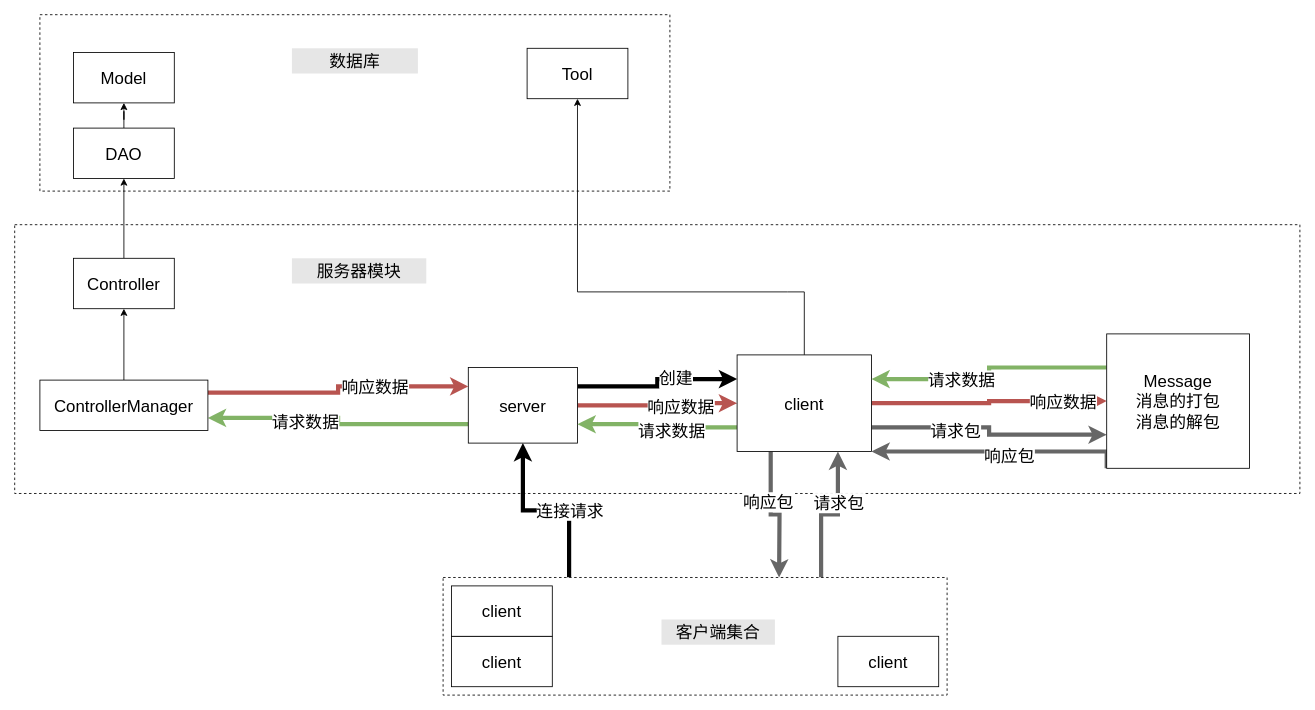
Earlier version of the draw.io diagram page "服务器端结构" (1 of 2) of FlowChart/Fireboy&WatergirlServer.drawio (Lawssen/Fireboy-WaterGirl). Source tidied: cells renumbered, new cells numbered last; positions are measured from the earlier drawing's top-left corner, leaving out a move shared by most shapes. Both pictures are drawn from the tidied source at 84%, with x=0, y=0 at pixel (14, 14).
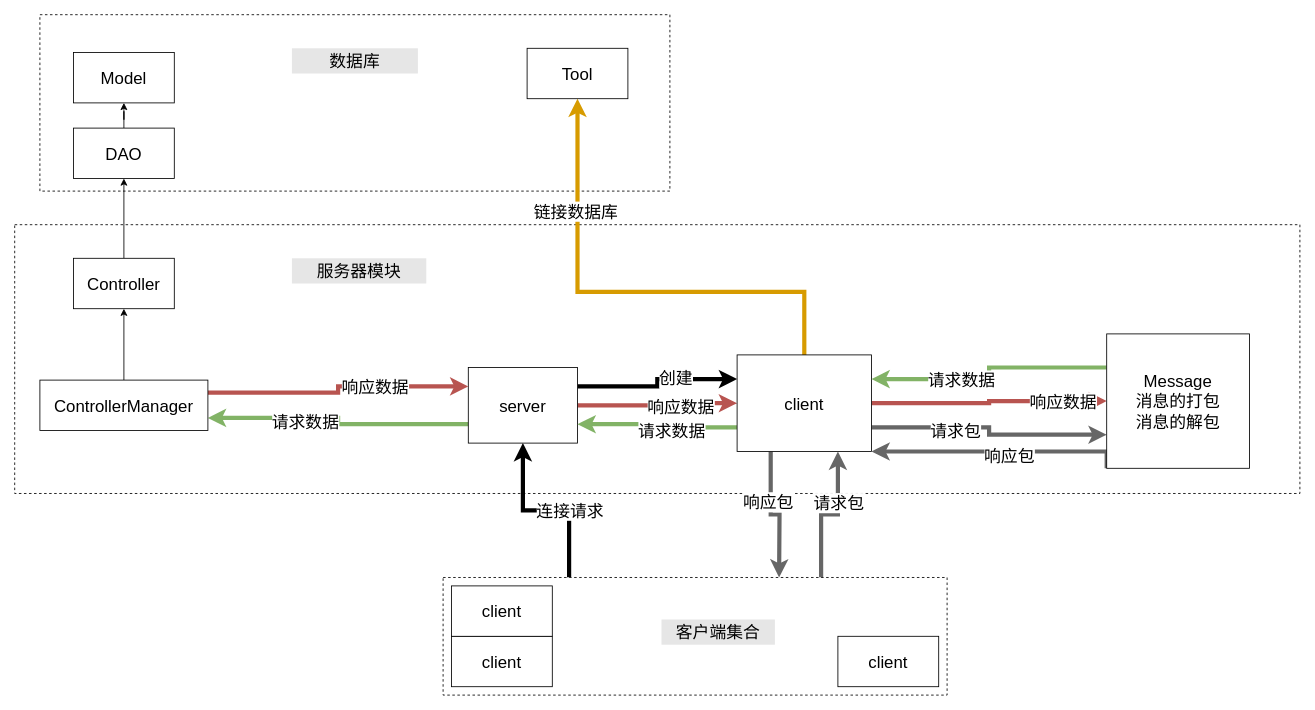
The same diagram, later.

Unchanged cells that the change refers to:
```xml
<mxCell id="22" value="&lt;span style=&quot;font-size: 20px&quot;&gt;client&lt;br&gt;&lt;/span&gt;" style="rounded=0;whiteSpace=wrap;html=1;" parent="1" vertex="1">
  <mxGeometry x="860" y="405" width="160" height="115" as="geometry" />
</mxCell>
<mxCell id="28" value="&lt;span style=&quot;font-size: 20px&quot;&gt;Tool&lt;br&gt;&lt;/span&gt;" style="rounded=0;whiteSpace=wrap;html=1;" parent="1" vertex="1">
  <mxGeometry x="610" y="40" width="120" height="60" as="geometry" />
</mxCell>
```

What changed in the source:
```diff
@@
-    <mxCell id="13" style="edgeStyle=orthogonalEdgeStyle;rounded=0;jettySize=auto;html=1;entryX=0.5;entryY=1;entryDx=0;entryDy=0;fontSize=20;exitX=0.5;exitY=0;exitDx=0;exitDy=0;" parent="1" edge="1" source="22" target="28">
+    <mxCell id="13" style="edgeStyle=orthogonalEdgeStyle;rounded=0;jettySize=auto;html=1;entryX=0.5;entryY=1;entryDx=0;entryDy=0;fontSize=20;exitX=0.5;exitY=0;exitDx=0;exitDy=0;fillColor=#ffe6cc;strokeColor=#d79b00;startArrow=none;startFill=0;strokeWidth=5;" parent="1" edge="1" source="22" target="28">
       <mxGeometry relative="1" as="geometry">
         <Array as="points">
           <mxPoint x="920" y="330" />
           <mxPoint x="1000" y="330" />
         </Array>
       </mxGeometry>
     </mxCell>
+    <mxCell id="47" value="&lt;font style=&quot;font-size: 20px&quot;&gt;链接数据库&lt;/font&gt;" style="edgeLabel;html=1;align=center;verticalAlign=middle;" parent="13" vertex="1">
+      <mxGeometry x="0.54" y="3" relative="1" as="geometry">
+        <mxPoint y="1" as="offset" />
+      </mxGeometry>
+    </mxCell>
```
